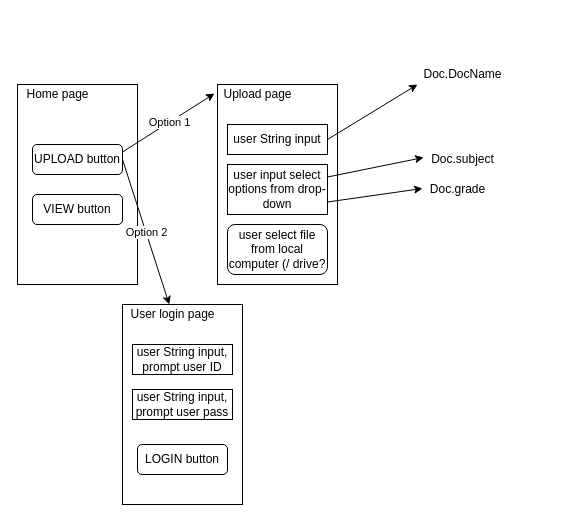
This is webpagesBS.drawio from sailj24/BrighterThanABorderCollie, a draw.io file, before an edit. Source tidied: cells renumbered, new cells numbered last; positions are measured from the earlier drawing's top-left corner, leaving out a move shared by most shapes. Both pictures are drawn from the tidied source at 100%, with x=0, y=0 at pixel (17, 64).
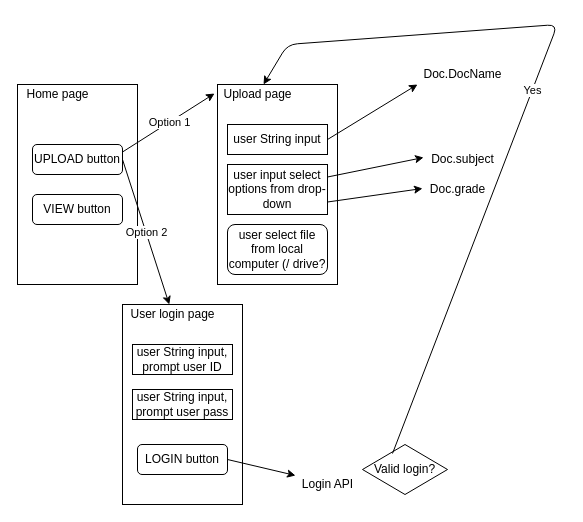
Above is the later version.

The change refers to these unchanged cells:
```xml
<mxCell id="7" value="Upload page" style="text;html=1;align=center;verticalAlign=middle;points=[];fillColor=none;strokeColor=none;rounded=0;" parent="1" vertex="1">
  <mxGeometry x="200" y="20" width="80" height="20" as="geometry" />
</mxCell>
<mxCell id="15" value="LOGIN button" style="rounded=1;whiteSpace=wrap;html=1;" parent="1" vertex="1">
  <mxGeometry x="120" y="380" width="90" height="30" as="geometry" />
</mxCell>
```

Change to the diagram source:
```diff
@@
+    <mxCell id="26" style="endArrow=classic;html=1;exitX=1;exitY=0.5;exitDx=0;exitDy=0;entryX=0.043;entryY=0.05;entryDx=0;entryDy=0;entryPerimeter=0;" parent="1" edge="1" source="15" target="27">
+      <mxGeometry relative="1" as="geometry" />
+    </mxCell>
+    <mxCell id="27" value="Login API" style="text;html=1;align=center;verticalAlign=middle;points=[];fillColor=none;strokeColor=none;rounded=0;" parent="1" vertex="1">
+      <mxGeometry x="275" y="410" width="70" height="20" as="geometry" />
+    </mxCell>
+    <mxCell id="28" value="Valid login?" style="rhombus;whiteSpace=wrap;html=1;" parent="1" vertex="1">
+      <mxGeometry x="345" y="380" width="85" height="50" as="geometry" />
+    </mxCell>
+    <mxCell id="29" style="endArrow=classic;html=1;exitX=0.353;exitY=0.18;exitDx=0;exitDy=0;exitPerimeter=0;" parent="1" edge="1" source="28" target="7">
+      <mxGeometry relative="1" as="geometry">
+        <Array as="points">
+          <mxPoint x="540" y="-40" />
+          <mxPoint x="270" y="-20" />
+        </Array>
+      </mxGeometry>
+    </mxCell>
+    <mxCell id="30" value="Yes" style="edgeLabel;html=1;align=center;verticalAlign=middle;" parent="29" vertex="1">
+      <mxGeometry relative="1" as="geometry" />
+    </mxCell>
```
